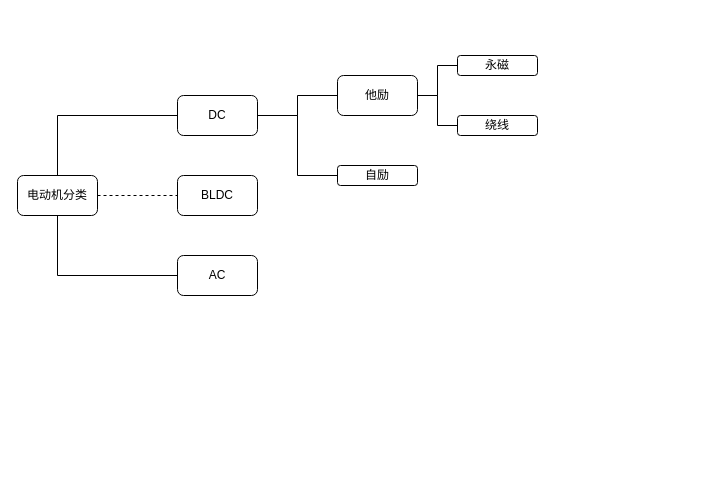
The draw.io diagram 电动机分类.drawio in Vinson-001/Blog-flow-chart, before the edit. Source tidied: cells renumbered, new cells numbered last; positions are measured from the earlier drawing's top-left corner, leaving out a move shared by most shapes. Both pictures are drawn from the tidied source at 100%, with x=0, y=0 at pixel (17, 55).
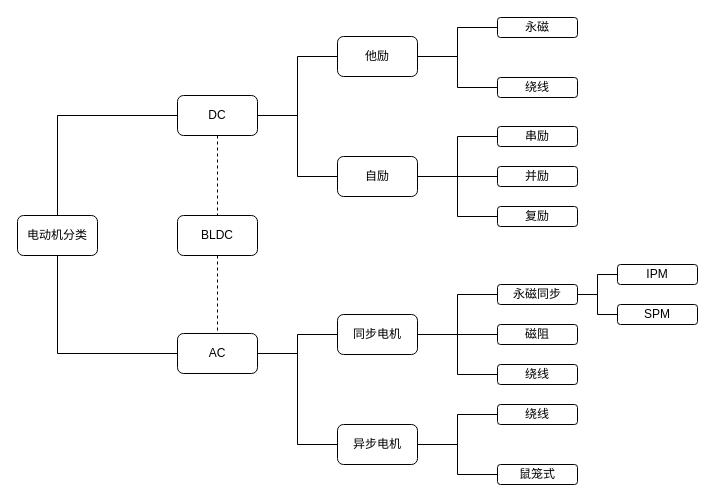
After the change.

Commit message (it also covers changes not shown here):
更新电动机分类.drawio

The change refers to these unchanged cells:
```xml
<mxCell id="10" value="DC" style="rounded=1;whiteSpace=wrap;html=1;" parent="1" vertex="1">
  <mxGeometry x="160" y="40" width="80" height="40" as="geometry" />
</mxCell>
```

Diff of the diagram source:
```diff
@@
-    <mxCell id="2" style="edgeStyle=orthogonalEdgeStyle;rounded=0;jettySize=auto;html=1;exitX=1;exitY=0.5;exitDx=0;exitDy=0;entryX=0;entryY=0.5;entryDx=0;entryDy=0;endArrow=none;endFill=0;dashed=1;" parent="1" edge="1" source="5" target="6">
-      <mxGeometry relative="1" as="geometry" />
-    </mxCell>
@@
     <mxCell id="5" value="电动机分类" style="rounded=1;whiteSpace=wrap;html=1;" parent="1" vertex="1">
-      <mxGeometry y="120" width="80" height="40" as="geometry" />
+      <mxGeometry y="160" width="80" height="40" as="geometry" />
     </mxCell>
+    <mxCell id="17" style="edgeStyle=orthogonalEdgeStyle;rounded=0;jettySize=auto;html=1;exitX=0.5;exitY=1;exitDx=0;exitDy=0;entryX=0.5;entryY=0;entryDx=0;entryDy=0;endArrow=none;endFill=0;dashed=1;" parent="1" edge="1" source="6" target="7">
+      <mxGeometry relative="1" as="geometry" />
+    </mxCell>
     <mxCell id="6" value="BLDC" style="rounded=1;whiteSpace=wrap;html=1;" parent="1" vertex="1">
-      <mxGeometry x="160" y="120" width="80" height="40" as="geometry" />
+      <mxGeometry x="160" y="160" width="80" height="40" as="geometry" />
     </mxCell>
+    <mxCell id="18" style="edgeStyle=orthogonalEdgeStyle;rounded=0;jettySize=auto;html=1;exitX=1;exitY=0.5;exitDx=0;exitDy=0;entryX=0;entryY=0.5;entryDx=0;entryDy=0;endArrow=none;endFill=0;" parent="1" edge="1" source="7" target="30">
+      <mxGeometry relative="1" as="geometry" />
+    </mxCell>
+    <mxCell id="19" style="edgeStyle=orthogonalEdgeStyle;rounded=0;jettySize=auto;html=1;exitX=1;exitY=0.5;exitDx=0;exitDy=0;entryX=0;entryY=0.5;entryDx=0;entryDy=0;endArrow=none;endFill=0;" parent="1" edge="1" source="7" target="33">
+      <mxGeometry relative="1" as="geometry" />
+    </mxCell>
     <mxCell id="7" value="AC" style="rounded=1;whiteSpace=wrap;html=1;" parent="1" vertex="1">
-      <mxGeometry x="160" y="200" width="80" height="40" as="geometry" />
+      <mxGeometry x="160" y="278" width="80" height="40" as="geometry" />
     </mxCell>
@@
+    <mxCell id="20" style="edgeStyle=orthogonalEdgeStyle;rounded=0;jettySize=auto;html=1;exitX=0.5;exitY=1;exitDx=0;exitDy=0;entryX=0.5;entryY=0;entryDx=0;entryDy=0;endArrow=none;endFill=0;dashed=1;" parent="1" edge="1" source="10" target="6">
+      <mxGeometry relative="1" as="geometry" />
+    </mxCell>
@@
     <mxCell id="13" value="他励" style="rounded=1;whiteSpace=wrap;html=1;" parent="1" vertex="1">
-      <mxGeometry x="320" y="20" width="80" height="40" as="geometry" />
+      <mxGeometry x="320" y="-19" width="80" height="40" as="geometry" />
     </mxCell>
+    <mxCell id="21" style="edgeStyle=orthogonalEdgeStyle;rounded=0;jettySize=auto;html=1;exitX=1;exitY=0.5;exitDx=0;exitDy=0;entryX=0;entryY=0.5;entryDx=0;entryDy=0;endArrow=none;endFill=0;" parent="1" edge="1" source="14" target="24">
+      <mxGeometry relative="1" as="geometry" />
+    </mxCell>
+    <mxCell id="22" style="edgeStyle=orthogonalEdgeStyle;rounded=0;jettySize=auto;html=1;exitX=1;exitY=0.5;exitDx=0;exitDy=0;entryX=0;entryY=0.5;entryDx=0;entryDy=0;endArrow=none;endFill=0;" parent="1" edge="1" source="14" target="25">
+      <mxGeometry relative="1" as="geometry" />
+    </mxCell>
+    <mxCell id="23" style="edgeStyle=orthogonalEdgeStyle;rounded=0;jettySize=auto;html=1;exitX=1;exitY=0.5;exitDx=0;exitDy=0;entryX=0;entryY=0.5;entryDx=0;entryDy=0;endArrow=none;endFill=0;" parent="1" edge="1" source="14" target="26">
+      <mxGeometry relative="1" as="geometry" />
+    </mxCell>
     <mxCell id="14" value="自励" style="rounded=1;whiteSpace=wrap;html=1;" parent="1" vertex="1">
-      <mxGeometry x="320" y="110" width="80" height="20" as="geometry" />
+      <mxGeometry x="320" y="101" width="80" height="40" as="geometry" />
     </mxCell>
     <mxCell id="15" value="永磁" style="rounded=1;whiteSpace=wrap;html=1;" parent="1" vertex="1">
-      <mxGeometry x="440" width="80" height="20" as="geometry" />
+      <mxGeometry x="480" y="-38" width="80" height="20" as="geometry" />
     </mxCell>
     <mxCell id="16" value="绕线" style="rounded=1;whiteSpace=wrap;html=1;" parent="1" vertex="1">
-      <mxGeometry x="440" y="60" width="80" height="20" as="geometry" />
+      <mxGeometry x="480" y="22" width="80" height="20" as="geometry" />
     </mxCell>
+    <mxCell id="24" value="串励" style="rounded=1;whiteSpace=wrap;html=1;" parent="1" vertex="1">
+      <mxGeometry x="480" y="71" width="80" height="20" as="geometry" />
+    </mxCell>
+    <mxCell id="25" value="并励" style="rounded=1;whiteSpace=wrap;html=1;" parent="1" vertex="1">
+      <mxGeometry x="480" y="111" width="80" height="20" as="geometry" />
+    </mxCell>
+    <mxCell id="26" value="复励" style="rounded=1;whiteSpace=wrap;html=1;" parent="1" vertex="1">
+      <mxGeometry x="480" y="151" width="80" height="20" as="geometry" />
+    </mxCell>
+    <mxCell id="27" style="edgeStyle=orthogonalEdgeStyle;rounded=0;jettySize=auto;html=1;exitX=1;exitY=0.5;exitDx=0;exitDy=0;entryX=0;entryY=0.5;entryDx=0;entryDy=0;endArrow=none;endFill=0;" parent="1" edge="1" source="30" target="36">
+      <mxGeometry relative="1" as="geometry" />
+    </mxCell>
+    <mxCell id="28" style="edgeStyle=orthogonalEdgeStyle;rounded=0;jettySize=auto;html=1;exitX=1;exitY=0.5;exitDx=0;exitDy=0;endArrow=none;endFill=0;" parent="1" edge="1" source="30" target="37">
+      <mxGeometry relative="1" as="geometry" />
+    </mxCell>
+    <mxCell id="29" style="edgeStyle=orthogonalEdgeStyle;rounded=0;jettySize=auto;html=1;exitX=1;exitY=0.5;exitDx=0;exitDy=0;entryX=0;entryY=0.5;entryDx=0;entryDy=0;endArrow=none;endFill=0;" parent="1" edge="1" source="30" target="38">
+      <mxGeometry relative="1" as="geometry" />
+    </mxCell>
+    <mxCell id="30" value="同步电机" style="rounded=1;whiteSpace=wrap;html=1;" parent="1" vertex="1">
+      <mxGeometry x="320" y="259" width="80" height="40" as="geometry" />
+    </mxCell>
+    <mxCell id="31" style="edgeStyle=orthogonalEdgeStyle;rounded=0;jettySize=auto;html=1;exitX=1;exitY=0.5;exitDx=0;exitDy=0;entryX=0;entryY=0.5;entryDx=0;entryDy=0;endArrow=none;endFill=0;" parent="1" edge="1" source="33" target="39">
+      <mxGeometry relative="1" as="geometry" />
+    </mxCell>
+    <mxCell id="32" style="edgeStyle=orthogonalEdgeStyle;rounded=0;jettySize=auto;html=1;exitX=1;exitY=0.5;exitDx=0;exitDy=0;entryX=0;entryY=0.5;entryDx=0;entryDy=0;endArrow=none;endFill=0;" parent="1" edge="1" source="33" target="40">
+      <mxGeometry relative="1" as="geometry" />
+    </mxCell>
+    <mxCell id="33" value="异步电机" style="rounded=1;whiteSpace=wrap;html=1;" parent="1" vertex="1">
+      <mxGeometry x="320" y="369" width="80" height="40" as="geometry" />
+    </mxCell>
+    <mxCell id="34" style="edgeStyle=orthogonalEdgeStyle;rounded=0;jettySize=auto;html=1;exitX=1;exitY=0.5;exitDx=0;exitDy=0;entryX=0;entryY=0.5;entryDx=0;entryDy=0;endArrow=none;endFill=0;" parent="1" edge="1" source="36" target="41">
+      <mxGeometry relative="1" as="geometry" />
+    </mxCell>
+    <mxCell id="35" style="edgeStyle=orthogonalEdgeStyle;rounded=0;jettySize=auto;html=1;exitX=1;exitY=0.5;exitDx=0;exitDy=0;entryX=0;entryY=0.5;entryDx=0;entryDy=0;endArrow=none;endFill=0;" parent="1" edge="1" source="36" target="42">
+      <mxGeometry relative="1" as="geometry" />
+    </mxCell>
+    <mxCell id="36" value="永磁同步" style="rounded=1;whiteSpace=wrap;html=1;" parent="1" vertex="1">
+      <mxGeometry x="480" y="229" width="80" height="20" as="geometry" />
+    </mxCell>
+    <mxCell id="37" value="磁阻" style="rounded=1;whiteSpace=wrap;html=1;" parent="1" vertex="1">
+      <mxGeometry x="480" y="269" width="80" height="20" as="geometry" />
+    </mxCell>
+    <mxCell id="38" value="绕线" style="rounded=1;whiteSpace=wrap;html=1;" parent="1" vertex="1">
+      <mxGeometry x="480" y="309" width="80" height="20" as="geometry" />
+    </mxCell>
+    <mxCell id="39" value="绕线" style="rounded=1;whiteSpace=wrap;html=1;" parent="1" vertex="1">
+      <mxGeometry x="480" y="349" width="80" height="20" as="geometry" />
+    </mxCell>
+    <mxCell id="40" value="鼠笼式" style="rounded=1;whiteSpace=wrap;html=1;" parent="1" vertex="1">
+      <mxGeometry x="480" y="409" width="80" height="20" as="geometry" />
+    </mxCell>
+    <mxCell id="41" value="IPM" style="rounded=1;whiteSpace=wrap;html=1;" parent="1" vertex="1">
+      <mxGeometry x="600" y="209" width="80" height="20" as="geometry" />
+    </mxCell>
+    <mxCell id="42" value="SPM" style="rounded=1;whiteSpace=wrap;html=1;" parent="1" vertex="1">
+      <mxGeometry x="600" y="249" width="80" height="20" as="geometry" />
+    </mxCell>
```
